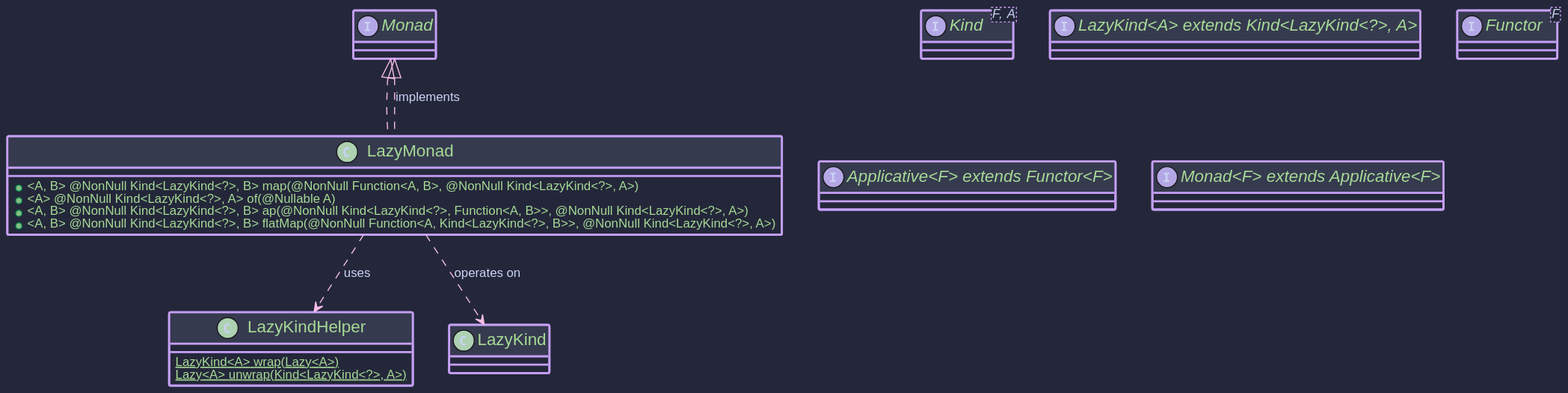
higher-kinded-j/higher-kinded-j keeps this PlantUML diagram as hkj-book/src/images/puml/lazy_monad.svg. Above is the earlier version.
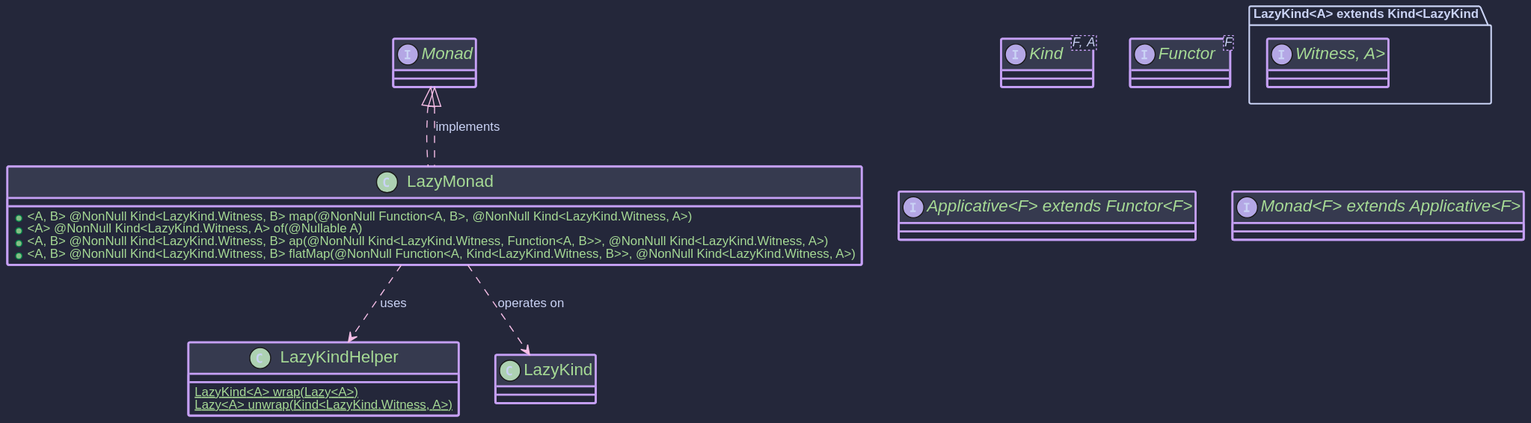
After the change.

What changed in the source:
```diff
@@ -1,21 +1,21 @@
 @startuml
 !include https://raw.githubusercontent.com/ncosta-ic/catppuccin-macchiato-plantuml-theme/main/theme.puml
 interface Kind<F, A>
-interface "LazyKind<A> extends Kind<LazyKind<?>, A>"
+interface "LazyKind<A> extends Kind<LazyKind.Witness, A>"
 interface Functor<F>
 interface "Applicative<F> extends Functor<F>"
 interface "Monad<F> extends Applicative<F>"
 
 class LazyKindHelper {
  {static} LazyKind<A> wrap(Lazy<A>)
- {static} Lazy<A> unwrap(Kind<LazyKind<?>, A>)
+ {static} Lazy<A> unwrap(Kind<LazyKind.Witness, A>)
 }
 
-class LazyMonad implements Monad<LazyKind<?>> {
- + <A, B> @NonNull Kind<LazyKind<?>, B> map(@NonNull Function<A, B>, @NonNull Kind<LazyKind<?>, A>)
- + <A> @NonNull Kind<LazyKind<?>, A> of(@Nullable A)
- + <A, B> @NonNull Kind<LazyKind<?>, B> ap(@NonNull Kind<LazyKind<?>, Function<A, B>>, @NonNull Kind<LazyKind<?>, A>)
- + <A, B> @NonNull Kind<LazyKind<?>, B> flatMap(@NonNull Function<A, Kind<LazyKind<?>, B>>, @NonNull Kind<LazyKind<?>, A>)
+class LazyMonad implements Monad<LazyKind.Witness> {
+ + <A, B> @NonNull Kind<LazyKind.Witness, B> map(@NonNull Function<A, B>, @NonNull Kind<LazyKind.Witness, A>)
+ + <A> @NonNull Kind<LazyKind.Witness, A> of(@Nullable A)
+ + <A, B> @NonNull Kind<LazyKind.Witness, B> ap(@NonNull Kind<LazyKind.Witness, Function<A, B>>, @NonNull Kind<LazyKind.Witness, A>)
+ + <A, B> @NonNull Kind<LazyKind.Witness, B> flatMap(@NonNull Function<A, Kind<LazyKind.Witness, B>>, @NonNull Kind<LazyKind.Witness, A>)
 }
 
 LazyMonad .u.|> Monad : implements
```
